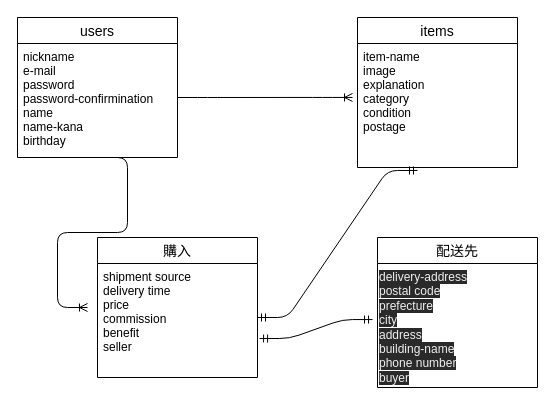
Above: er.dio in taku113/furima-37377 (draw.io), before the change. Source tidied: cells renumbered, new cells numbered last; positions are measured from the earlier drawing's top-left corner, leaving out a move shared by most shapes. Both pictures are drawn from the tidied source at 100%, with x=0, y=0 at pixel (17, 17).
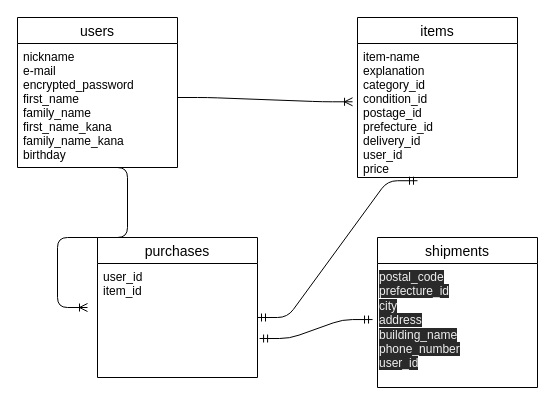
After the change.

What changed in the source:
```diff
@@
 <mxGraphModel>
   <root>
     <mxCell id="0" />
     <mxCell id="1" parent="0" />
     <mxCell id="2" value="users" style="swimlane;fontStyle=0;horizontal=1;startSize=26;align=center;fontSize=14;" parent="1" vertex="1">
-      <mxGeometry width="160" height="140" as="geometry" />
+      <mxGeometry width="160" height="150" as="geometry" />
     </mxCell>
-    <mxCell id="3" value="nickname&#10;e-mail&#10;password&#10;password-confirmination&#10;name&#10;name-kana&#10;birthday&#10;" style="text;strokeColor=none;fillColor=none;spacingLeft=4;spacingRight=4;overflow=hidden;points=[[0,0.5],[1,0.5]];portConstraint=eastwest;fontSize=12;" parent="2" vertex="1">
-      <mxGeometry y="26" width="160" height="114" as="geometry" />
+    <mxCell id="3" value="nickname&#10;e-mail&#10;encrypted_password&#10;first_name&#10;family_name&#10;first_name_kana&#10;family_name_kana&#10;birthday&#10;" style="text;strokeColor=none;fillColor=none;spacingLeft=4;spacingRight=4;overflow=hidden;points=[[0,0.5],[1,0.5]];portConstraint=eastwest;fontSize=12;" parent="2" vertex="1">
+      <mxGeometry y="26" width="160" height="124" as="geometry" />
     </mxCell>
     <mxCell id="4" style="edgeStyle=entityRelationEdgeStyle;fontSize=12;html=1;endArrow=ERoneToMany;exitX=0.5;exitY=1;exitDx=0;exitDy=0;exitPerimeter=0;" parent="2" edge="1" source="3">
       <mxGeometry relative="1" as="geometry">
         <mxPoint x="70" y="290" as="targetPoint" />
       </mxGeometry>
     </mxCell>
     <mxCell id="5" value="items" style="swimlane;fontStyle=0;horizontal=1;startSize=26;align=center;fontSize=14;" parent="1" vertex="1">
-      <mxGeometry x="340" width="160" height="150" as="geometry" />
+      <mxGeometry x="340" width="160" height="160" as="geometry" />
     </mxCell>
-    <mxCell id="6" value="item-name&#10;image&#10;explanation&#10;category&#10;condition&#10;postage&#10;" style="text;strokeColor=none;fillColor=none;spacingLeft=4;spacingRight=4;overflow=hidden;points=[[0,0.5],[1,0.5]];portConstraint=eastwest;fontSize=12;" parent="5" vertex="1">
-      <mxGeometry y="26" width="160" height="124" as="geometry" />
+    <mxCell id="6" value="item-name&#10;explanation&#10;category_id&#10;condition_id&#10;postage_id&#10;prefecture_id&#10;delivery_id&#10;user_id&#10;price&#10;" style="text;strokeColor=none;fillColor=none;spacingLeft=4;spacingRight=4;overflow=hidden;points=[[0,0.5],[1,0.5]];portConstraint=eastwest;fontSize=12;" parent="5" vertex="1">
+      <mxGeometry y="26" width="160" height="134" as="geometry" />
     </mxCell>
-    <mxCell id="7" value="購入" style="swimlane;fontStyle=0;horizontal=1;startSize=26;align=center;fontSize=14;" parent="1" vertex="1">
+    <mxCell id="7" value="purchases" style="swimlane;fontStyle=0;horizontal=1;startSize=26;align=center;fontSize=14;" parent="1" vertex="1">
       <mxGeometry x="80" y="220" width="160" height="140" as="geometry" />
     </mxCell>
-    <mxCell id="8" value="shipment source&#10;delivery time&#10;price&#10;commission&#10;benefit&#10;seller&#10;&#10;" style="text;strokeColor=none;fillColor=none;spacingLeft=4;spacingRight=4;overflow=hidden;points=[[0,0.5],[1,0.5]];portConstraint=eastwest;fontSize=12;" parent="7" vertex="1">
+    <mxCell id="8" value="user_id&#10;item_id&#10;" style="text;strokeColor=none;fillColor=none;spacingLeft=4;spacingRight=4;overflow=hidden;points=[[0,0.5],[1,0.5]];portConstraint=eastwest;fontSize=12;" parent="7" vertex="1">
       <mxGeometry y="26" width="160" height="114" as="geometry" />
     </mxCell>
-    <mxCell id="9" value="配送先" style="swimlane;fontStyle=0;horizontal=1;startSize=26;align=center;fontSize=14;" parent="1" vertex="1">
+    <mxCell id="9" value="shipments" style="swimlane;fontStyle=0;horizontal=1;startSize=26;align=center;fontSize=14;" parent="1" vertex="1">
       <mxGeometry x="360" y="220" width="160" height="150" as="geometry" />
     </mxCell>
-    <mxCell id="10" value="&lt;span style=&quot;color: rgb(240 , 240 , 240) ; font-family: &amp;#34;helvetica&amp;#34; ; font-size: 12px ; font-style: normal ; font-weight: 400 ; letter-spacing: normal ; text-align: left ; text-indent: 0px ; text-transform: none ; word-spacing: 0px ; background-color: rgb(42 , 42 , 42) ; display: inline ; float: none&quot;&gt;delivery-address&lt;/span&gt;&lt;br style=&quot;padding: 0px ; margin: 0px ; color: rgb(240 , 240 , 240) ; font-family: &amp;#34;helvetica&amp;#34; ; font-size: 12px ; font-style: normal ; font-weight: 400 ; letter-spacing: normal ; text-align: left ; text-indent: 0px ; text-transform: none ; word-spacing: 0px ; background-color: rgb(42 , 42 , 42)&quot;&gt;&lt;span style=&quot;color: rgb(240 , 240 , 240) ; font-family: &amp;#34;helvetica&amp;#34; ; font-size: 12px ; font-style: normal ; font-weight: 400 ; letter-spacing: normal ; text-align: left ; text-indent: 0px ; text-transform: none ; word-spacing: 0px ; background-color: rgb(42 , 42 , 42) ; display: inline ; float: none&quot;&gt;postal code&lt;/span&gt;&lt;br style=&quot;padding: 0px ; margin: 0px ; color: rgb(240 , 240 , 240) ; font-family: &amp;#34;helvetica&amp;#34; ; font-size: 12px ; font-style: normal ; font-weight: 400 ; letter-spacing: normal ; text-align: left ; text-indent: 0px ; text-transform: none ; word-spacing: 0px ; background-color: rgb(42 , 42 , 42)&quot;&gt;&lt;span style=&quot;color: rgb(240 , 240 , 240) ; font-family: &amp;#34;helvetica&amp;#34; ; font-size: 12px ; font-style: normal ; font-weight: 400 ; letter-spacing: normal ; text-align: left ; text-indent: 0px ; text-transform: none ; word-spacing: 0px ; background-color: rgb(42 , 42 , 42) ; display: inline ; float: none&quot;&gt;prefecture&lt;/span&gt;&lt;br style=&quot;padding: 0px ; margin: 0px ; color: rgb(240 , 240 , 240) ; font-family: &amp;#34;helvetica&amp;#34; ; font-size: 12px ; font-style: normal ; font-weight: 400 ; letter-spacing: normal ; text-align: left ; text-indent: 0px ; text-transform: none ; word-spacing: 0px ; background-color: rgb(42 , 42 , 42)&quot;&gt;&lt;span style=&quot;color: rgb(240 , 240 , 240) ; font-family: &amp;#34;helvetica&amp;#34; ; font-size: 12px ; font-style: normal ; font-weight: 400 ; letter-spacing: normal ; text-align: left ; text-indent: 0px ; text-transform: none ; word-spacing: 0px ; background-color: rgb(42 , 42 , 42) ; display: inline ; float: none&quot;&gt;city&lt;/span&gt;&lt;br style=&quot;padding: 0px ; margin: 0px ; color: rgb(240 , 240 , 240) ; font-family: &amp;#34;helvetica&amp;#34; ; font-size: 12px ; font-style: normal ; font-weight: 400 ; letter-spacing: normal ; text-align: left ; text-indent: 0px ; text-transform: none ; word-spacing: 0px ; background-color: rgb(42 , 42 , 42)&quot;&gt;&lt;span style=&quot;color: rgb(240 , 240 , 240) ; font-family: &amp;#34;helvetica&amp;#34; ; font-size: 12px ; font-style: normal ; font-weight: 400 ; letter-spacing: normal ; text-align: left ; text-indent: 0px ; text-transform: none ; word-spacing: 0px ; background-color: rgb(42 , 42 , 42) ; display: inline ; float: none&quot;&gt;address&lt;/span&gt;&lt;br style=&quot;padding: 0px ; margin: 0px ; color: rgb(240 , 240 , 240) ; font-family: &amp;#34;helvetica&amp;#34; ; font-size: 12px ; font-style: normal ; font-weight: 400 ; letter-spacing: normal ; text-align: left ; text-indent: 0px ; text-transform: none ; word-spacing: 0px ; background-color: rgb(42 , 42 , 42)&quot;&gt;&lt;span style=&quot;color: rgb(240 , 240 , 240) ; font-family: &amp;#34;helvetica&amp;#34; ; font-size: 12px ; font-style: normal ; font-weight: 400 ; letter-spacing: normal ; text-align: left ; text-indent: 0px ; text-transform: none ; word-spacing: 0px ; background-color: rgb(42 , 42 , 42) ; display: inline ; float: none&quot;&gt;building-name&lt;/span&gt;&lt;br style=&quot;padding: 0px ; margin: 0px ; color: rgb(240 , 240 , 240) ; font-family: &amp;#34;helvetica&amp;#34; ; font-size: 12px ; font-style: normal ; font-weight: 400 ; letter-spacing: normal ; text-align: left ; text-indent: 0px ; text-transform: none ; word-spacing: 0px ; background-color: rgb(42 , 42 , 42)&quot;&gt;&lt;span style=&quot;color: rgb(240 , 240 , 240) ; font-family: &amp;#34;helvetica&amp;#34; ; font-size: 12px ; font-style: normal ; font-weight: 400 ; letter-spacing: normal ; text-align: left ; text-indent: 0px ; text-transform: none ; word-spacing: 0px ; background-color: rgb(42 , 42 , 42) ; display: inline ; float: none&quot;&gt;phone number&lt;br&gt;buyer&lt;br&gt;&lt;/span&gt;" style="text;whiteSpace=wrap;html=1;" parent="9" vertex="1">
+    <mxCell id="10" value="&lt;span style=&quot;color: rgb(240 , 240 , 240) ; font-family: &amp;#34;helvetica&amp;#34; ; font-size: 12px ; font-style: normal ; font-weight: 400 ; letter-spacing: normal ; text-align: left ; text-indent: 0px ; text-transform: none ; word-spacing: 0px ; background-color: rgb(42 , 42 , 42) ; display: inline ; float: none&quot;&gt;postal_code&lt;/span&gt;&lt;br style=&quot;padding: 0px ; margin: 0px ; color: rgb(240 , 240 , 240) ; font-family: &amp;#34;helvetica&amp;#34; ; font-size: 12px ; font-style: normal ; font-weight: 400 ; letter-spacing: normal ; text-align: left ; text-indent: 0px ; text-transform: none ; word-spacing: 0px ; background-color: rgb(42 , 42 , 42)&quot;&gt;&lt;span style=&quot;color: rgb(240 , 240 , 240) ; font-family: &amp;#34;helvetica&amp;#34; ; font-size: 12px ; font-style: normal ; font-weight: 400 ; letter-spacing: normal ; text-align: left ; text-indent: 0px ; text-transform: none ; word-spacing: 0px ; background-color: rgb(42 , 42 , 42) ; display: inline ; float: none&quot;&gt;prefecture_id&lt;/span&gt;&lt;br style=&quot;padding: 0px ; margin: 0px ; color: rgb(240 , 240 , 240) ; font-family: &amp;#34;helvetica&amp;#34; ; font-size: 12px ; font-style: normal ; font-weight: 400 ; letter-spacing: normal ; text-align: left ; text-indent: 0px ; text-transform: none ; word-spacing: 0px ; background-color: rgb(42 , 42 , 42)&quot;&gt;&lt;span style=&quot;color: rgb(240 , 240 , 240) ; font-family: &amp;#34;helvetica&amp;#34; ; font-size: 12px ; font-style: normal ; font-weight: 400 ; letter-spacing: normal ; text-align: left ; text-indent: 0px ; text-transform: none ; word-spacing: 0px ; background-color: rgb(42 , 42 , 42) ; display: inline ; float: none&quot;&gt;city&lt;/span&gt;&lt;br style=&quot;padding: 0px ; margin: 0px ; color: rgb(240 , 240 , 240) ; font-family: &amp;#34;helvetica&amp;#34; ; font-size: 12px ; font-style: normal ; font-weight: 400 ; letter-spacing: normal ; text-align: left ; text-indent: 0px ; text-transform: none ; word-spacing: 0px ; background-color: rgb(42 , 42 , 42)&quot;&gt;&lt;span style=&quot;color: rgb(240 , 240 , 240) ; font-family: &amp;#34;helvetica&amp;#34; ; font-size: 12px ; font-style: normal ; font-weight: 400 ; letter-spacing: normal ; text-align: left ; text-indent: 0px ; text-transform: none ; word-spacing: 0px ; background-color: rgb(42 , 42 , 42) ; display: inline ; float: none&quot;&gt;address&lt;/span&gt;&lt;br style=&quot;padding: 0px ; margin: 0px ; color: rgb(240 , 240 , 240) ; font-family: &amp;#34;helvetica&amp;#34; ; font-size: 12px ; font-style: normal ; font-weight: 400 ; letter-spacing: normal ; text-align: left ; text-indent: 0px ; text-transform: none ; word-spacing: 0px ; background-color: rgb(42 , 42 , 42)&quot;&gt;&lt;span style=&quot;color: rgb(240 , 240 , 240) ; font-family: &amp;#34;helvetica&amp;#34; ; font-size: 12px ; font-style: normal ; font-weight: 400 ; letter-spacing: normal ; text-align: left ; text-indent: 0px ; text-transform: none ; word-spacing: 0px ; background-color: rgb(42 , 42 , 42) ; display: inline ; float: none&quot;&gt;building_name&lt;/span&gt;&lt;br style=&quot;padding: 0px ; margin: 0px ; color: rgb(240 , 240 , 240) ; font-family: &amp;#34;helvetica&amp;#34; ; font-size: 12px ; font-style: normal ; font-weight: 400 ; letter-spacing: normal ; text-align: left ; text-indent: 0px ; text-transform: none ; word-spacing: 0px ; background-color: rgb(42 , 42 , 42)&quot;&gt;&lt;span style=&quot;color: rgb(240 , 240 , 240) ; font-family: &amp;#34;helvetica&amp;#34; ; font-size: 12px ; font-style: normal ; font-weight: 400 ; letter-spacing: normal ; text-align: left ; text-indent: 0px ; text-transform: none ; word-spacing: 0px ; background-color: rgb(42 , 42 , 42) ; display: inline ; float: none&quot;&gt;phone_number&lt;br&gt;user_id&lt;br&gt;&lt;/span&gt;" style="text;whiteSpace=wrap;html=1;" parent="9" vertex="1">
       <mxGeometry y="26" width="160" height="124" as="geometry" />
     </mxCell>
     <mxCell id="11" style="edgeStyle=entityRelationEdgeStyle;fontSize=12;html=1;endArrow=ERoneToMany;entryX=-0.031;entryY=0.435;entryDx=0;entryDy=0;entryPerimeter=0;" parent="1" edge="1" target="6">
       <mxGeometry relative="1" as="geometry">
         <mxPoint x="160" y="80" as="sourcePoint" />
       </mxGeometry>
     </mxCell>
     <mxCell id="12" style="edgeStyle=entityRelationEdgeStyle;fontSize=12;html=1;endArrow=ERmandOne;startArrow=ERmandOne;entryX=0.375;entryY=1.024;entryDx=0;entryDy=0;entryPerimeter=0;" parent="1" edge="1" target="6">
       <mxGeometry relative="1" as="geometry">
         <mxPoint x="240" y="300" as="sourcePoint" />
       </mxGeometry>
     </mxCell>
     <mxCell id="13" style="edgeStyle=entityRelationEdgeStyle;fontSize=12;html=1;endArrow=ERmandOne;startArrow=ERmandOne;entryX=-0.031;entryY=0.452;entryDx=0;entryDy=0;entryPerimeter=0;exitX=1.013;exitY=0.658;exitDx=0;exitDy=0;exitPerimeter=0;" parent="1" edge="1" source="8" target="10">
       <mxGeometry relative="1" as="geometry" />
     </mxCell>
   </root>
 </mxGraphModel>
```
